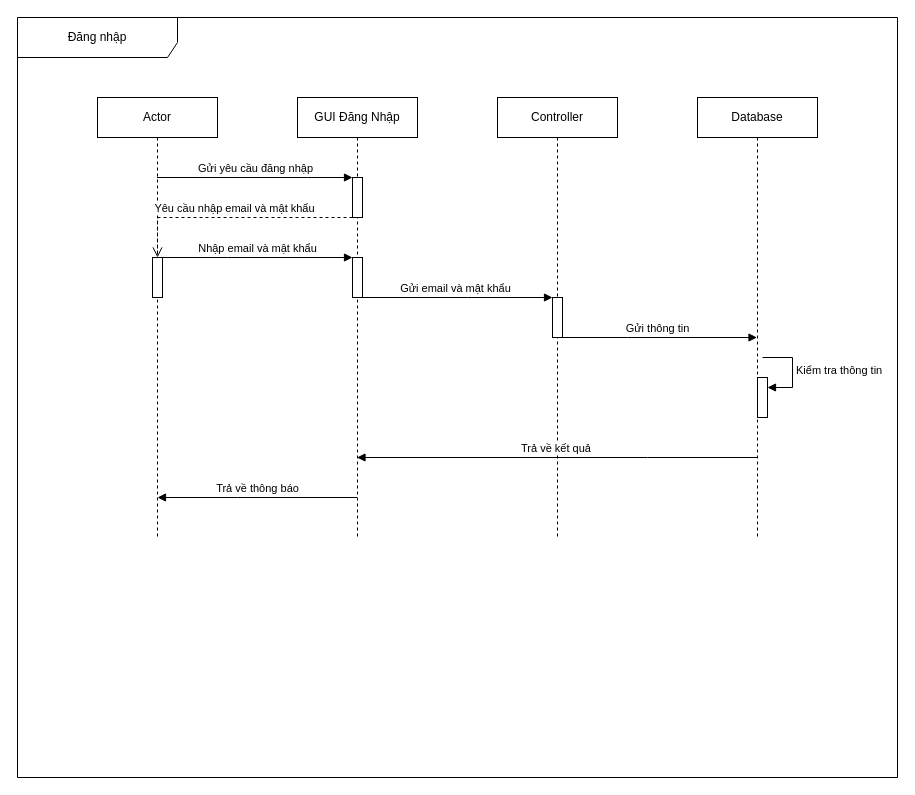
Earlier version of the draw.io diagram page "Trang-1" (1 of 6) of Biểu đồ không có tiêu đề.drawio (dctuyen/myFinalYearProject). Source tidied: cells renumbered, new cells numbered last; positions are measured from the earlier drawing's top-left corner, leaving out a move shared by most shapes. Both pictures are drawn from the tidied source at 100%, with x=0, y=0 at pixel (17, 17).
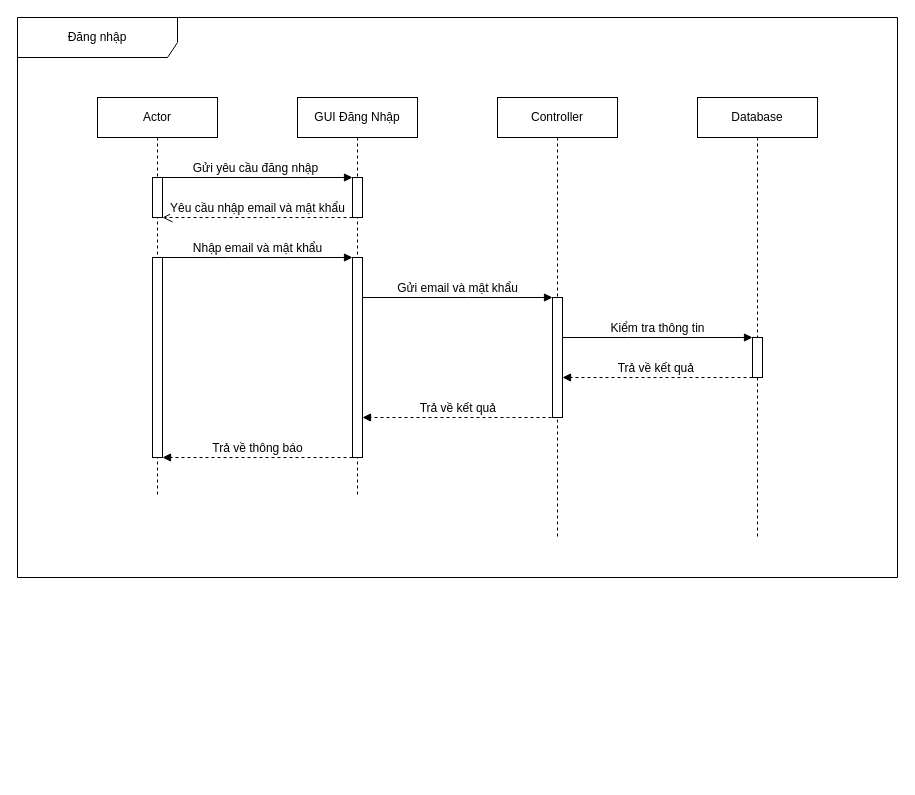
Above is the later version.

The edit, as a diff of the source:
```diff
@@
-    <mxCell id="2" value="Actor" style="shape=umlLifeline;perimeter=lifelinePerimeter;whiteSpace=wrap;html=1;outlineConnect=0;portConstraint=eastwest;newEdgeStyle={&quot;edgeStyle&quot;:&quot;elbowEdgeStyle&quot;,&quot;elbow&quot;:&quot;vertical&quot;,&quot;curved&quot;:0,&quot;rounded&quot;:0};" parent="1" vertex="1">
-      <mxGeometry x="80" y="80" width="120" height="440" as="geometry" />
+    <mxCell id="2" value="Actor" style="shape=umlLifeline;perimeter=lifelinePerimeter;whiteSpace=wrap;html=1;outlineConnect=0;portConstraint=eastwest;newEdgeStyle={&quot;edgeStyle&quot;:&quot;elbowEdgeStyle&quot;,&quot;elbow&quot;:&quot;vertical&quot;,&quot;curved&quot;:0,&quot;rounded&quot;:0};fontSize=12;" parent="1" vertex="1">
+      <mxGeometry x="80" y="80" width="120" height="400" as="geometry" />
     </mxCell>
-    <mxCell id="3" value="Đăng nhập" style="shape=umlFrame;whiteSpace=wrap;html=1;width=160;height=40;" parent="1" vertex="1">
-      <mxGeometry width="880" height="760" as="geometry" />
+    <mxCell id="3" value="Đăng nhập" style="shape=umlFrame;whiteSpace=wrap;html=1;width=160;height=40;fontSize=12;" parent="1" vertex="1">
+      <mxGeometry width="880" height="560" as="geometry" />
     </mxCell>
-    <mxCell id="4" value="GUI Đăng Nhập" style="shape=umlLifeline;perimeter=lifelinePerimeter;whiteSpace=wrap;html=1;outlineConnect=0;portConstraint=eastwest;newEdgeStyle={&quot;edgeStyle&quot;:&quot;elbowEdgeStyle&quot;,&quot;elbow&quot;:&quot;vertical&quot;,&quot;curved&quot;:0,&quot;rounded&quot;:0};" parent="1" vertex="1">
-      <mxGeometry x="280" y="80" width="120" height="440" as="geometry" />
+    <mxCell id="4" value="GUI Đăng Nhập" style="shape=umlLifeline;perimeter=lifelinePerimeter;whiteSpace=wrap;html=1;outlineConnect=0;portConstraint=eastwest;newEdgeStyle={&quot;edgeStyle&quot;:&quot;elbowEdgeStyle&quot;,&quot;elbow&quot;:&quot;vertical&quot;,&quot;curved&quot;:0,&quot;rounded&quot;:0};fontSize=12;" parent="1" vertex="1">
+      <mxGeometry x="280" y="80" width="120" height="400" as="geometry" />
     </mxCell>
-    <mxCell id="5" style="html=1;points=[];perimeter=orthogonalPerimeter;outlineConnect=0;targetShapes=umlLifeline;portConstraint=eastwest;newEdgeStyle={&quot;edgeStyle&quot;:&quot;elbowEdgeStyle&quot;,&quot;elbow&quot;:&quot;vertical&quot;,&quot;curved&quot;:0,&quot;rounded&quot;:0};" parent="4" vertex="1">
+    <mxCell id="5" style="html=1;points=[];perimeter=orthogonalPerimeter;outlineConnect=0;targetShapes=umlLifeline;portConstraint=eastwest;newEdgeStyle={&quot;edgeStyle&quot;:&quot;elbowEdgeStyle&quot;,&quot;elbow&quot;:&quot;vertical&quot;,&quot;curved&quot;:0,&quot;rounded&quot;:0};fontSize=12;" parent="4" vertex="1">
       <mxGeometry x="55" y="80" width="10" height="40" as="geometry" />
     </mxCell>
-    <mxCell id="6" style="html=1;points=[];perimeter=orthogonalPerimeter;outlineConnect=0;targetShapes=umlLifeline;portConstraint=eastwest;newEdgeStyle={&quot;edgeStyle&quot;:&quot;elbowEdgeStyle&quot;,&quot;elbow&quot;:&quot;vertical&quot;,&quot;curved&quot;:0,&quot;rounded&quot;:0};" parent="4" vertex="1">
-      <mxGeometry x="55" y="160" width="10" height="40" as="geometry" />
+    <mxCell id="6" style="html=1;points=[];perimeter=orthogonalPerimeter;outlineConnect=0;targetShapes=umlLifeline;portConstraint=eastwest;newEdgeStyle={&quot;edgeStyle&quot;:&quot;elbowEdgeStyle&quot;,&quot;elbow&quot;:&quot;vertical&quot;,&quot;curved&quot;:0,&quot;rounded&quot;:0};fontSize=12;" parent="4" vertex="1">
+      <mxGeometry x="55" y="160" width="10" height="200" as="geometry" />
     </mxCell>
-    <mxCell id="7" value="Controller" style="shape=umlLifeline;perimeter=lifelinePerimeter;whiteSpace=wrap;html=1;outlineConnect=0;portConstraint=eastwest;newEdgeStyle={&quot;edgeStyle&quot;:&quot;elbowEdgeStyle&quot;,&quot;elbow&quot;:&quot;vertical&quot;,&quot;curved&quot;:0,&quot;rounded&quot;:0};" parent="1" vertex="1">
+    <mxCell id="7" value="Controller" style="shape=umlLifeline;perimeter=lifelinePerimeter;whiteSpace=wrap;html=1;outlineConnect=0;portConstraint=eastwest;newEdgeStyle={&quot;edgeStyle&quot;:&quot;elbowEdgeStyle&quot;,&quot;elbow&quot;:&quot;vertical&quot;,&quot;curved&quot;:0,&quot;rounded&quot;:0};fontSize=12;" parent="1" vertex="1">
       <mxGeometry x="480" y="80" width="120" height="440" as="geometry" />
     </mxCell>
-    <mxCell id="8" style="html=1;points=[];perimeter=orthogonalPerimeter;outlineConnect=0;targetShapes=umlLifeline;portConstraint=eastwest;newEdgeStyle={&quot;edgeStyle&quot;:&quot;elbowEdgeStyle&quot;,&quot;elbow&quot;:&quot;vertical&quot;,&quot;curved&quot;:0,&quot;rounded&quot;:0};" parent="7" vertex="1">
-      <mxGeometry x="55" y="200" width="10" height="40" as="geometry" />
+    <mxCell id="8" style="html=1;points=[];perimeter=orthogonalPerimeter;outlineConnect=0;targetShapes=umlLifeline;portConstraint=eastwest;newEdgeStyle={&quot;edgeStyle&quot;:&quot;elbowEdgeStyle&quot;,&quot;elbow&quot;:&quot;vertical&quot;,&quot;curved&quot;:0,&quot;rounded&quot;:0};fontSize=12;" parent="7" vertex="1">
+      <mxGeometry x="55" y="200" width="10" height="120" as="geometry" />
     </mxCell>
-    <mxCell id="9" value="Database" style="shape=umlLifeline;perimeter=lifelinePerimeter;whiteSpace=wrap;html=1;outlineConnect=0;portConstraint=eastwest;newEdgeStyle={&quot;edgeStyle&quot;:&quot;elbowEdgeStyle&quot;,&quot;elbow&quot;:&quot;vertical&quot;,&quot;curved&quot;:0,&quot;rounded&quot;:0};" parent="1" vertex="1">
+    <mxCell id="9" value="Database" style="shape=umlLifeline;perimeter=lifelinePerimeter;whiteSpace=wrap;html=1;outlineConnect=0;portConstraint=eastwest;newEdgeStyle={&quot;edgeStyle&quot;:&quot;elbowEdgeStyle&quot;,&quot;elbow&quot;:&quot;vertical&quot;,&quot;curved&quot;:0,&quot;rounded&quot;:0};fontSize=12;" parent="1" vertex="1">
       <mxGeometry x="680" y="80" width="120" height="440" as="geometry" />
     </mxCell>
-    <mxCell id="10" style="html=1;points=[];perimeter=orthogonalPerimeter;outlineConnect=0;targetShapes=umlLifeline;portConstraint=eastwest;newEdgeStyle={&quot;edgeStyle&quot;:&quot;elbowEdgeStyle&quot;,&quot;elbow&quot;:&quot;vertical&quot;,&quot;curved&quot;:0,&quot;rounded&quot;:0};" parent="9" vertex="1">
-      <mxGeometry x="60" y="280" width="10" height="40" as="geometry" />
-    </mxCell>
-    <mxCell id="11" value="Kiểm tra thông tin" style="html=1;align=left;spacingLeft=2;endArrow=block;rounded=0;edgeStyle=orthogonalEdgeStyle;curved=0;rounded=0;" parent="9" edge="1" target="10">
-      <mxGeometry relative="1" as="geometry">
-        <mxPoint x="65" y="260" as="sourcePoint" />
-        <Array as="points">
-          <mxPoint x="95" y="290" />
-        </Array>
-      </mxGeometry>
-    </mxCell>
+    <mxCell id="20" style="html=1;points=[];perimeter=orthogonalPerimeter;outlineConnect=0;targetShapes=umlLifeline;portConstraint=eastwest;newEdgeStyle={&quot;edgeStyle&quot;:&quot;elbowEdgeStyle&quot;,&quot;elbow&quot;:&quot;vertical&quot;,&quot;curved&quot;:0,&quot;rounded&quot;:0};fontSize=12;" parent="9" vertex="1">
+      <mxGeometry x="55" y="240" width="10" height="40" as="geometry" />
+    </mxCell>
-    <mxCell id="12" value="Gửi yêu cầu đăng nhập" style="html=1;verticalAlign=bottom;endArrow=block;edgeStyle=elbowEdgeStyle;elbow=vertical;curved=0;rounded=0;" parent="1" edge="1" source="2" target="5">
+    <mxCell id="12" value="Gửi yêu cầu đăng nhập" style="html=1;verticalAlign=bottom;endArrow=block;edgeStyle=elbowEdgeStyle;elbow=vertical;curved=0;rounded=0;fontSize=12;" parent="1" edge="1" source="2" target="5">
       <mxGeometry relative="1" as="geometry">
         <Array as="points">
           <mxPoint x="290" y="160" />
         </Array>
       </mxGeometry>
     </mxCell>
-    <mxCell id="13" value="Yêu cầu nhập email và mật khẩu" style="html=1;verticalAlign=bottom;endArrow=open;dashed=1;endSize=8;edgeStyle=elbowEdgeStyle;elbow=vertical;curved=0;rounded=0;" parent="1" edge="1" source="5" target="14">
+    <mxCell id="13" value="Yêu cầu nhập email và mật khẩu" style="html=1;verticalAlign=bottom;endArrow=open;dashed=1;endSize=8;edgeStyle=elbowEdgeStyle;elbow=vertical;curved=0;rounded=0;fontSize=12;" parent="1" edge="1" source="5" target="22">
       <mxGeometry relative="1" as="geometry">
         <Array as="points">
           <mxPoint x="230" y="200" />
           <mxPoint x="300" y="240" />
         </Array>
       </mxGeometry>
     </mxCell>
-    <mxCell id="14" style="html=1;points=[];perimeter=orthogonalPerimeter;outlineConnect=0;targetShapes=umlLifeline;portConstraint=eastwest;newEdgeStyle={&quot;edgeStyle&quot;:&quot;elbowEdgeStyle&quot;,&quot;elbow&quot;:&quot;vertical&quot;,&quot;curved&quot;:0,&quot;rounded&quot;:0};" parent="1" vertex="1">
-      <mxGeometry x="135" y="240" width="10" height="40" as="geometry" />
+    <mxCell id="14" style="html=1;points=[];perimeter=orthogonalPerimeter;outlineConnect=0;targetShapes=umlLifeline;portConstraint=eastwest;newEdgeStyle={&quot;edgeStyle&quot;:&quot;elbowEdgeStyle&quot;,&quot;elbow&quot;:&quot;vertical&quot;,&quot;curved&quot;:0,&quot;rounded&quot;:0};fontSize=12;" parent="1" vertex="1">
+      <mxGeometry x="135" y="240" width="10" height="200" as="geometry" />
     </mxCell>
-    <mxCell id="15" value="Nhập email và mật khẩu" style="html=1;verticalAlign=bottom;endArrow=block;edgeStyle=elbowEdgeStyle;elbow=vertical;curved=0;rounded=0;" parent="1" edge="1" source="14" target="6">
+    <mxCell id="15" value="Nhập email và mật khẩu" style="html=1;verticalAlign=bottom;endArrow=block;edgeStyle=elbowEdgeStyle;elbow=vertical;curved=0;rounded=0;fontSize=12;" parent="1" edge="1" source="14" target="6">
       <mxGeometry relative="1" as="geometry">
         <Array as="points">
           <mxPoint x="210" y="240" />
           <mxPoint x="250" y="280" />
           <mxPoint x="290" y="320" />
         </Array>
       </mxGeometry>
     </mxCell>
-    <mxCell id="16" value="Trả về kết quả&amp;nbsp;" style="html=1;verticalAlign=bottom;endArrow=block;edgeStyle=elbowEdgeStyle;elbow=vertical;curved=0;rounded=0;" parent="1" edge="1" source="9" target="4">
+    <mxCell id="16" value="Trả về kết quả&amp;nbsp;" style="html=1;verticalAlign=bottom;endArrow=block;edgeStyle=elbowEdgeStyle;elbow=vertical;curved=0;rounded=0;dashed=1;fontSize=12;" parent="1" edge="1" source="20" target="8">
       <mxGeometry relative="1" as="geometry">
         <Array as="points">
-          <mxPoint x="630" y="440" />
-          <mxPoint x="680" y="530" />
-          <mxPoint x="670" y="440" />
-          <mxPoint x="620" y="480" />
-          <mxPoint x="520" y="480" />
-          <mxPoint x="690" y="520" />
-          <mxPoint x="700" y="410" />
+          <mxPoint x="660" y="360" />
+          <mxPoint x="630" y="540" />
+          <mxPoint x="680" y="630" />
+          <mxPoint x="670" y="540" />
+          <mxPoint x="620" y="580" />
+          <mxPoint x="520" y="580" />
+          <mxPoint x="690" y="620" />
+          <mxPoint x="700" y="510" />
         </Array>
       </mxGeometry>
     </mxCell>
-    <mxCell id="17" value="Trả về thông báo" style="html=1;verticalAlign=bottom;endArrow=block;edgeStyle=elbowEdgeStyle;elbow=vertical;curved=0;rounded=0;" parent="1" edge="1" source="4">
+    <mxCell id="17" value="Trả về thông báo" style="html=1;verticalAlign=bottom;endArrow=block;edgeStyle=elbowEdgeStyle;elbow=vertical;curved=0;rounded=0;dashed=1;fontSize=12;" parent="1" edge="1" source="6" target="14">
       <mxGeometry relative="1" as="geometry">
-        <mxPoint x="140" y="480" as="targetPoint" />
         <Array as="points">
+          <mxPoint x="150" y="440" />
+          <mxPoint x="230" y="480" />
+          <mxPoint x="250" y="440" />
           <mxPoint x="220" y="480" />
           <mxPoint x="420" y="520" />
           <mxPoint x="320" y="520" />
           <mxPoint x="490" y="560" />
           <mxPoint x="500" y="450" />
         </Array>
       </mxGeometry>
     </mxCell>
-    <mxCell id="18" value="Gửi email và mật khẩu" style="html=1;verticalAlign=bottom;endArrow=block;edgeStyle=elbowEdgeStyle;elbow=vertical;curved=0;rounded=0;" parent="1" edge="1" source="4" target="8">
+    <mxCell id="18" value="Gửi email và mật khẩu" style="html=1;verticalAlign=bottom;endArrow=block;edgeStyle=elbowEdgeStyle;elbow=vertical;curved=0;rounded=0;fontSize=12;" parent="1" edge="1" source="6" target="8">
       <mxGeometry relative="1" as="geometry">
         <Array as="points">
           <mxPoint x="450" y="280" />
           <mxPoint x="490" y="360" />
         </Array>
       </mxGeometry>
     </mxCell>
-    <mxCell id="19" value="Gửi thông tin" style="html=1;verticalAlign=bottom;endArrow=block;edgeStyle=elbowEdgeStyle;elbow=vertical;curved=0;rounded=0;" parent="1" edge="1" source="7" target="9">
+    <mxCell id="19" value="Kiểm tra thông tin" style="html=1;verticalAlign=bottom;endArrow=block;edgeStyle=elbowEdgeStyle;elbow=vertical;curved=0;rounded=0;fontSize=12;" parent="1" edge="1" source="8">
       <mxGeometry relative="1" as="geometry">
+        <mxPoint x="735" y="320" as="targetPoint" />
         <Array as="points">
           <mxPoint x="610" y="320" />
           <mxPoint x="580" y="280" />
           <mxPoint x="650" y="360" />
           <mxPoint x="690" y="400" />
         </Array>
       </mxGeometry>
     </mxCell>
+    <mxCell id="21" value="Trả về kết quả&amp;nbsp;" style="html=1;verticalAlign=bottom;endArrow=block;edgeStyle=elbowEdgeStyle;elbow=vertical;curved=0;rounded=0;dashed=1;fontSize=12;" parent="1" edge="1" target="6">
+      <mxGeometry relative="1" as="geometry">
+        <mxPoint x="540" y="400" as="sourcePoint" />
+        <Array as="points">
+          <mxPoint x="490" y="400" />
+          <mxPoint x="447.8" y="440" />
+          <mxPoint x="427.8" y="580" />
+          <mxPoint x="477.8" y="670" />
+          <mxPoint x="467.8" y="580" />
+          <mxPoint x="417.8" y="620" />
+          <mxPoint x="317.8" y="620" />
+          <mxPoint x="487.8" y="660" />
+          <mxPoint x="497.8" y="550" />
+        </Array>
+      </mxGeometry>
+    </mxCell>
+    <mxCell id="22" style="html=1;points=[];perimeter=orthogonalPerimeter;outlineConnect=0;targetShapes=umlLifeline;portConstraint=eastwest;newEdgeStyle={&quot;edgeStyle&quot;:&quot;elbowEdgeStyle&quot;,&quot;elbow&quot;:&quot;vertical&quot;,&quot;curved&quot;:0,&quot;rounded&quot;:0};fontSize=12;" parent="1" vertex="1">
+      <mxGeometry x="135" y="160" width="10" height="40" as="geometry" />
+    </mxCell>
```
